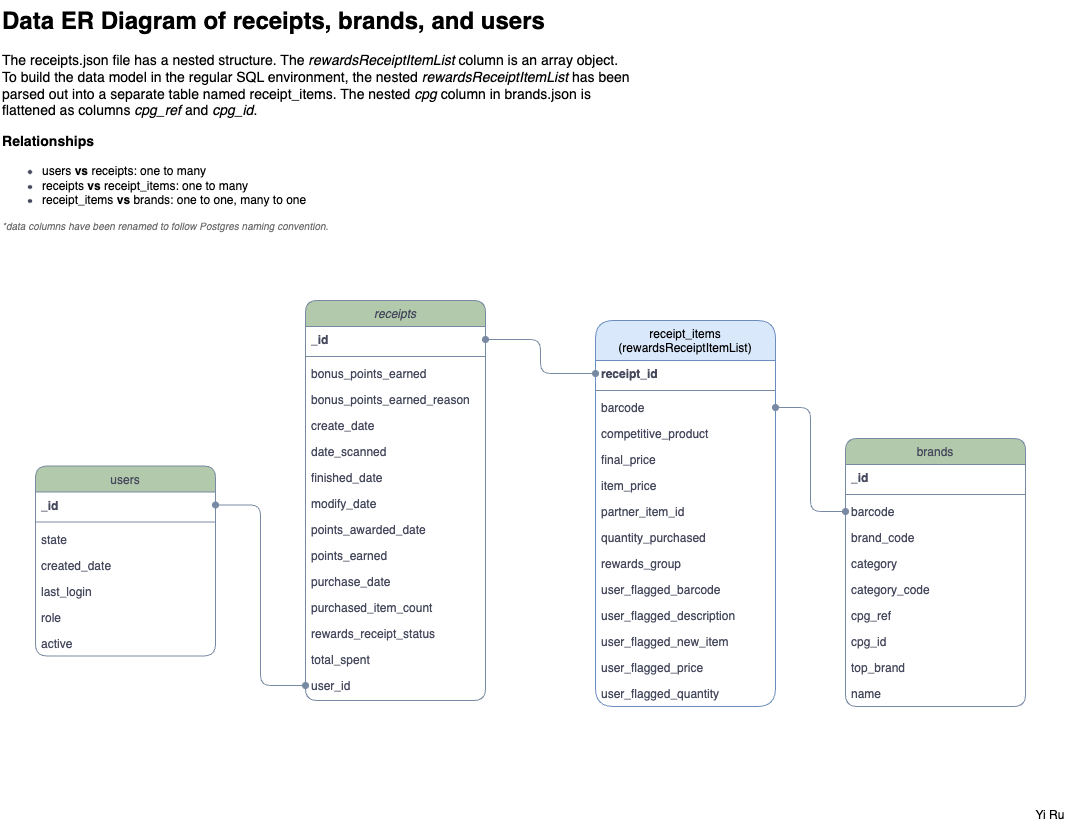
Above: data_ER_diagram.drawio.png in Lewesyru/fetch_challenge (draw.io), before the change. Source tidied: cells renumbered, new cells last; positions are measured from the earlier drawing's top-left corner, leaving out a move shared by most shapes.
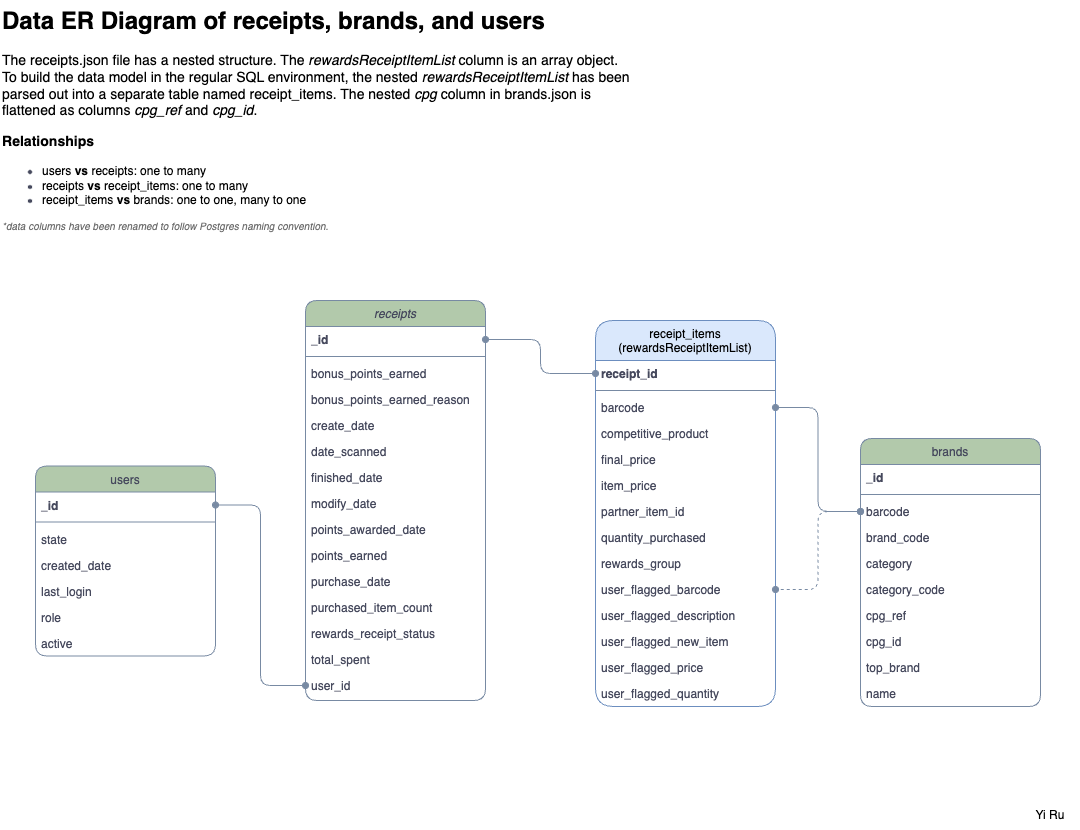
The same diagram one commit later.

The edit, as a diff of the source:
```diff
@@ -51,7 +51,7 @@
       <mxGeometry y="372" width="180" height="26" as="geometry" />
     </mxCell>
     <mxCell id="18" value="brands" style="swimlane;fontStyle=0;align=center;verticalAlign=top;horizontal=1;startSize=26;rounded=1;shadow=0;strokeWidth=1;labelBackgroundColor=none;fillColor=#B2C9AB;strokeColor=#788AA3;fontColor=#46495D;" parent="1" vertex="1">
-      <mxGeometry x="845" y="438" width="180" height="268" as="geometry" />
+      <mxGeometry x="860" y="438" width="180" height="268" as="geometry" />
     </mxCell>
     <mxCell id="19" value="_id" style="text;align=left;verticalAlign=top;spacingLeft=4;spacingRight=4;overflow=hidden;rounded=1;labelBackgroundColor=none;fontColor=#46495D;fontStyle=1;" parent="18" vertex="1">
       <mxGeometry y="26" width="180" height="26" as="geometry" />
@@ -167,5 +167,8 @@
     <mxCell id="56" value="Yi Ru" style="text;html=1;align=center;verticalAlign=middle;whiteSpace=wrap;rounded=0;" parent="1" vertex="1">
       <mxGeometry x="1020" y="800" width="60" height="30" as="geometry" />
     </mxCell>
+    <mxCell id="57" style="edgeStyle=orthogonalEdgeStyle;rounded=1;jettySize=auto;html=1;curved=0;strokeColor=light-dark(#788aa3, #ededed);startArrow=oval;startFill=1;endArrow=oval;endFill=1;dashed=1;" parent="1" edge="1" source="21" target="47">
+      <mxGeometry relative="1" as="geometry" />
+    </mxCell>
   </root>
 </mxGraphModel>
```
